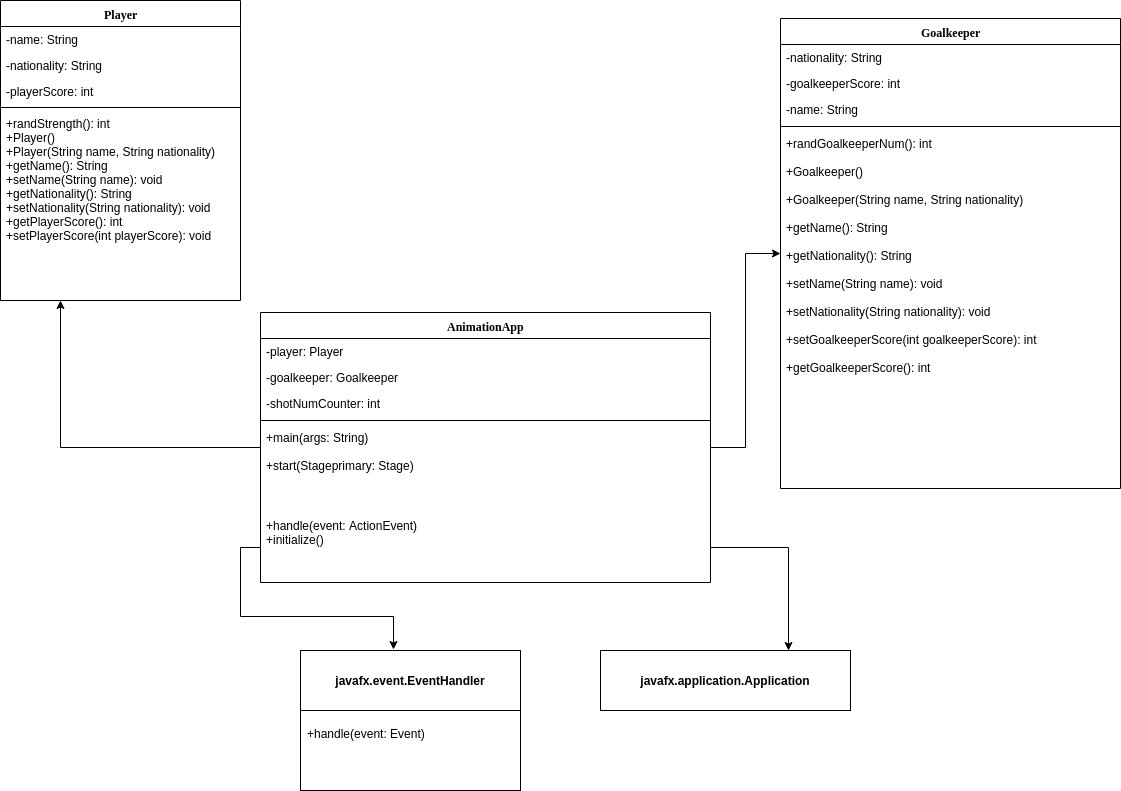
The draw.io diagram Demo2_Official_CD.png in MillionLinesOfCode/javapenalty, before a commit. Source tidied: cells renumbered, new cells last; positions are measured from the earlier drawing's top-left corner, leaving out a move shared by most shapes.
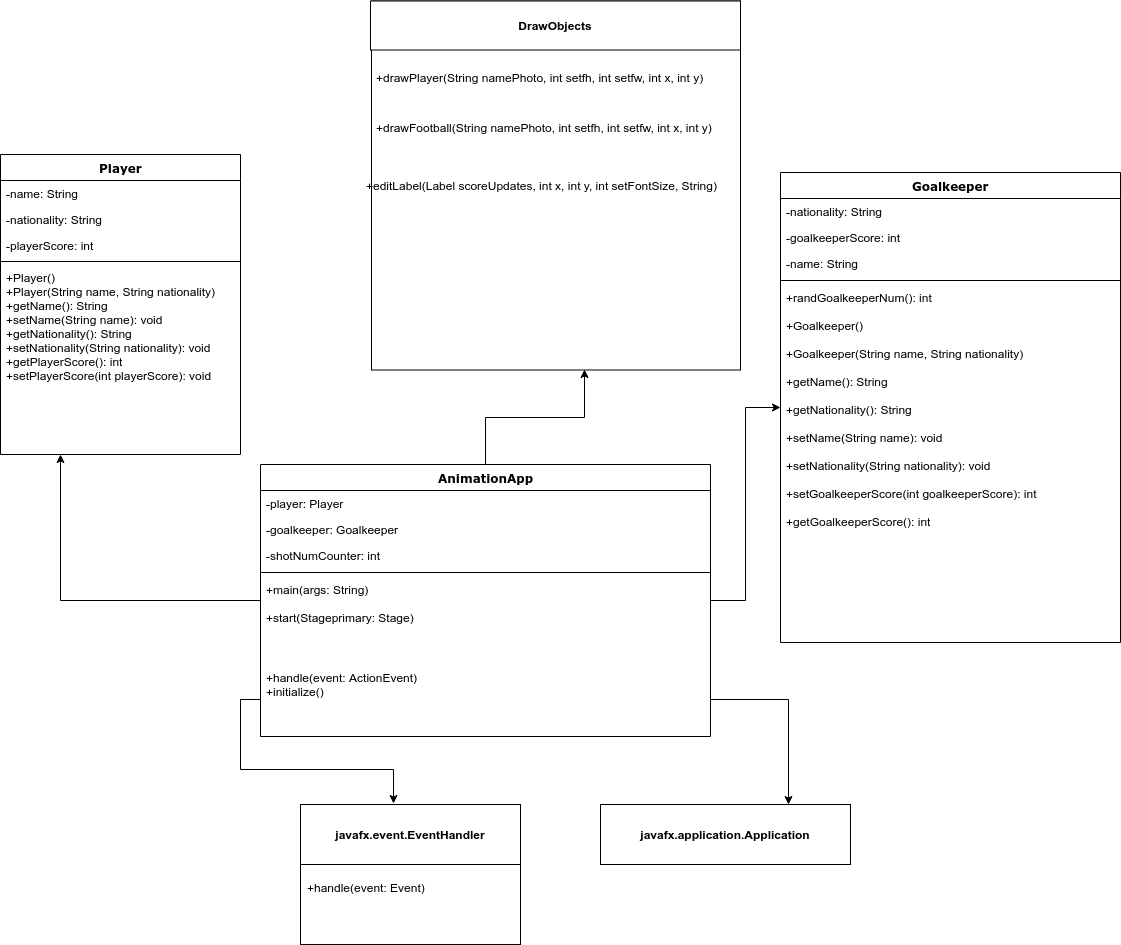
The same file after the commit.

What changed in the source:
```diff
@@ -17,7 +17,7 @@
     <mxCell id="6" style="line;html=1;strokeWidth=1;fillColor=none;align=left;verticalAlign=middle;spacingTop=-1;spacingLeft=3;spacingRight=3;labelPosition=right;" parent="2" vertex="1">
       <mxGeometry y="104" width="240" height="6" as="geometry" />
     </mxCell>
-    <mxCell id="7" value="+randStrength(): int&lt;br&gt;+Player()&lt;br&gt;+Player(String name, String nationality)&lt;br&gt;+getName(): String&lt;br&gt;+setName(String name): void&lt;br&gt;+getNationality(): String&lt;br&gt;+setNationality(String nationality): void&lt;br&gt;+getPlayerScore(): int&lt;br&gt;+setPlayerScore(int playerScore): void&lt;br&gt;&lt;br&gt;" style="text;html=1;strokeColor=none;fillColor=none;align=left;verticalAlign=top;spacingLeft=4;spacingRight=4;whiteSpace=wrap;overflow=hidden;" parent="2" vertex="1">
+    <mxCell id="7" value="+Player()&lt;br&gt;+Player(String name, String nationality)&lt;br&gt;+getName(): String&lt;br&gt;+setName(String name): void&lt;br&gt;+getNationality(): String&lt;br&gt;+setNationality(String nationality): void&lt;br&gt;+getPlayerScore(): int&lt;br&gt;+setPlayerScore(int playerScore): void&lt;br&gt;&lt;br&gt;" style="text;html=1;strokeColor=none;fillColor=none;align=left;verticalAlign=top;spacingLeft=4;spacingRight=4;whiteSpace=wrap;overflow=hidden;" parent="2" vertex="1">
       <mxGeometry y="110" width="240" height="190" as="geometry" />
     </mxCell>
     <mxCell id="8" value="Goalkeeper" style="swimlane;html=1;fontStyle=1;align=center;verticalAlign=top;horizontal=1;startSize=26;swimlaneFillColor=#ffffff;rounded=0;shadow=0;comic=0;labelBackgroundColor=none;strokeColor=#000000;strokeWidth=1;fillColor=none;fontFamily=Verdana;fontSize=12;fontColor=#000000;rotation=0;" parent="1" vertex="1">
@@ -44,8 +44,11 @@
     <mxCell id="15" style="edgeStyle=orthogonalEdgeStyle;rounded=0;jettySize=auto;html=1;" parent="1" edge="1" source="16" target="8">
       <mxGeometry relative="1" as="geometry" />
     </mxCell>
+    <mxCell id="29" style="edgeStyle=orthogonalEdgeStyle;rounded=0;jettySize=auto;html=1;entryX=0.577;entryY=0.999;entryDx=0;entryDy=0;entryPerimeter=0;" parent="1" edge="1" source="16" target="30">
+      <mxGeometry relative="1" as="geometry" />
+    </mxCell>
     <mxCell id="16" value="AnimationApp" style="swimlane;html=1;fontStyle=1;align=center;verticalAlign=top;horizontal=1;startSize=26;swimlaneFillColor=#ffffff;rounded=0;shadow=0;comic=0;labelBackgroundColor=none;strokeColor=#000000;strokeWidth=1;fillColor=none;fontFamily=Verdana;fontSize=12;fontColor=#000000;" parent="1" vertex="1">
-      <mxGeometry x="260" y="312" width="450" height="270" as="geometry" />
+      <mxGeometry x="260" y="310" width="450" height="272" as="geometry" />
     </mxCell>
     <mxCell id="17" value="-player: Player" style="text;html=1;strokeColor=none;fillColor=none;align=left;verticalAlign=top;spacingLeft=4;spacingRight=4;whiteSpace=wrap;overflow=hidden;" parent="16" vertex="1">
       <mxGeometry y="26" width="450" height="26" as="geometry" />
@@ -83,5 +86,20 @@
     <mxCell id="28" style="edgeStyle=orthogonalEdgeStyle;rounded=0;jettySize=auto;html=1;entryX=0.423;entryY=-0.017;entryDx=0;entryDy=0;entryPerimeter=0;" parent="1" edge="1" source="22" target="24">
       <mxGeometry relative="1" as="geometry" />
     </mxCell>
+    <mxCell id="30" style="whiteSpace=wrap;html=1;" parent="1" vertex="1">
+      <mxGeometry x="371" y="-153.5" width="369" height="369" as="geometry" />
+    </mxCell>
+    <mxCell id="31" value="&lt;b&gt;DrawObjects&lt;/b&gt;" style="rounded=0;whiteSpace=wrap;html=1;" parent="1" vertex="1">
+      <mxGeometry x="370" y="-153.5" width="370" height="49" as="geometry" />
+    </mxCell>
+    <mxCell id="32" value="+drawPlayer(String namePhoto, int setfh, int setfw, int x, int y)" style="text;html=1;strokeColor=none;fillColor=none;align=left;verticalAlign=top;spacingLeft=4;spacingRight=4;whiteSpace=wrap;overflow=hidden;" parent="1" vertex="1">
+      <mxGeometry x="370" y="-90" width="350" height="26" as="geometry" />
+    </mxCell>
+    <mxCell id="33" value="+drawFootball(String namePhoto, int setfh, int setfw, int x, int y)" style="text;html=1;strokeColor=none;fillColor=none;align=left;verticalAlign=top;spacingLeft=4;spacingRight=4;whiteSpace=wrap;overflow=hidden;" parent="1" vertex="1">
+      <mxGeometry x="370" y="-40" width="370" height="26" as="geometry" />
+    </mxCell>
+    <mxCell id="34" value="+editLabel(Label scoreUpdates, int x, int y, int setFontSize, String)" style="text;html=1;strokeColor=none;fillColor=none;align=left;verticalAlign=top;spacingLeft=4;spacingRight=4;whiteSpace=wrap;overflow=hidden;" parent="1" vertex="1">
+      <mxGeometry x="360" y="18" width="380" height="26" as="geometry" />
+    </mxCell>
   </root>
 </mxGraphModel>
```
